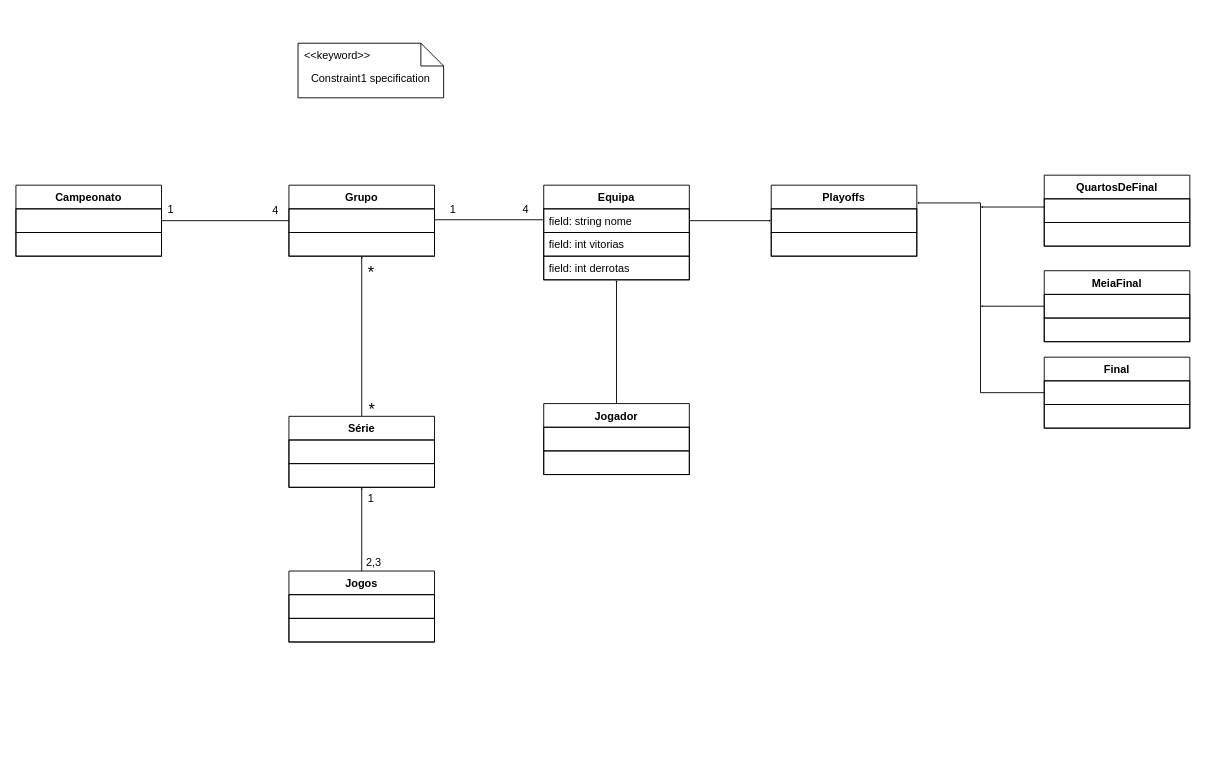
Earlier version of the draw.io diagram CampeonatoCS.drawio (esperaumbocado/Project_BD). Source tidied: cells renumbered, new cells numbered last; positions are measured from the earlier drawing's top-left corner, leaving out a move shared by most shapes. Both pictures are drawn from the tidied source at 91%, with x=0, y=0 at pixel (15, 43).
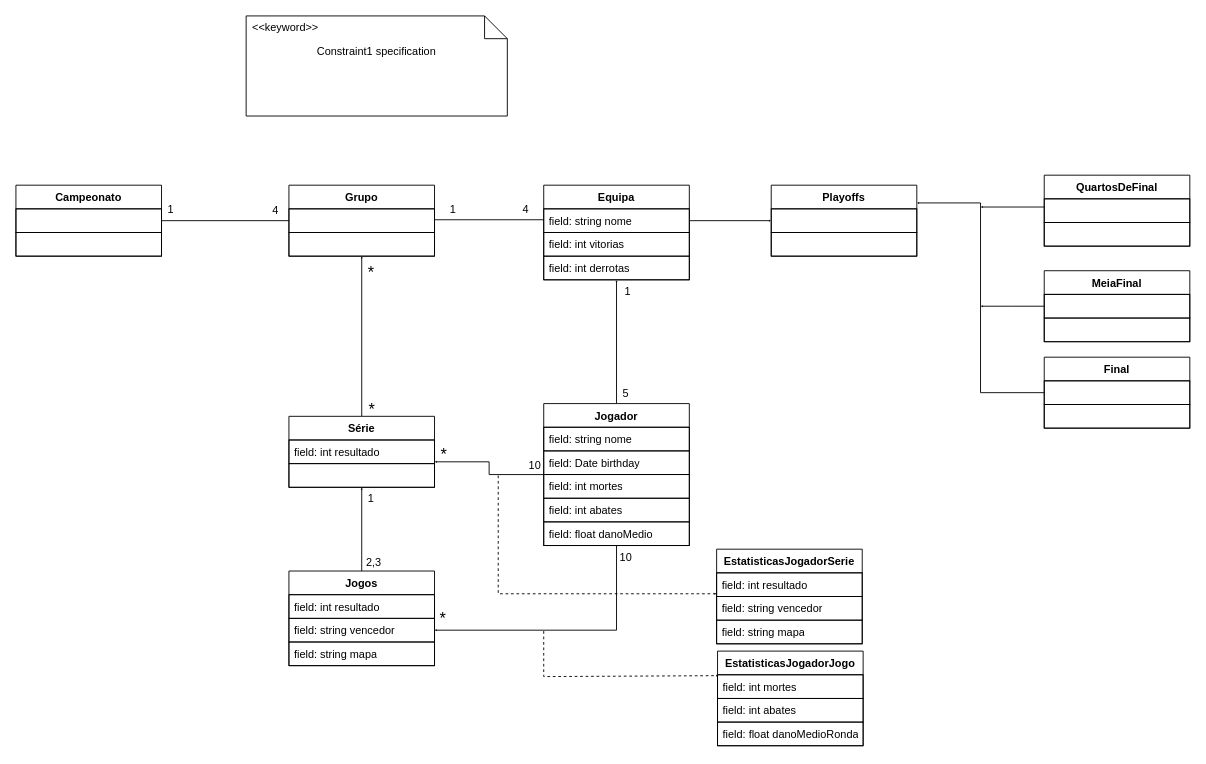
Above is the later version.

The change refers to these unchanged cells:
```xml
<mxCell id="21" value="Série" style="swimlane;fontStyle=1;align=center;verticalAlign=top;horizontal=1;startSize=26;whiteSpace=wrap;html=1;" parent="1" vertex="1">
  <mxGeometry x="300" y="410" width="160" height="78" as="geometry" />
</mxCell>
```

What changed in the source:
```diff
@@
     <mxCell id="2" value="Constraint1 specification" style="shape=note2;boundedLbl=1;whiteSpace=wrap;html=1;size=25;verticalAlign=top;align=center;" parent="1" vertex="1">
-      <mxGeometry x="310" width="160" height="60" as="geometry" />
+      <mxGeometry x="253" y="-30" width="287" height="110" as="geometry" />
     </mxCell>
     <mxCell id="3" value="&lt;&lt;keyword&gt;&gt;" style="strokeColor=none;fillColor=none;align=left;spacingLeft=5;" parent="2" vertex="1">
-      <mxGeometry width="160" height="25" relative="1" as="geometry" />
+      <mxGeometry width="287" height="25" relative="1" as="geometry" />
     </mxCell>
@@
-    <mxCell id="22" style="text;strokeColor=default;fillColor=none;align=left;verticalAlign=top;spacingLeft=4;spacingRight=4;overflow=hidden;points=[[0,0.5],[1,0.5]];portConstraint=eastwest;whiteSpace=wrap;html=1;" parent="21" vertex="1">
+    <mxCell id="22" value="field: int resultado" style="text;strokeColor=default;fillColor=none;align=left;verticalAlign=top;spacingLeft=4;spacingRight=4;overflow=hidden;points=[[0,0.5],[1,0.5]];portConstraint=eastwest;whiteSpace=wrap;html=1;" parent="21" vertex="1">
       <mxGeometry y="26" width="160" height="26" as="geometry" />
     </mxCell>
@@
     <mxCell id="27" value="&lt;div&gt;Jogos&lt;/div&gt;&lt;div&gt;&lt;br&gt;&lt;/div&gt;" style="swimlane;fontStyle=1;align=center;verticalAlign=top;horizontal=1;startSize=26;whiteSpace=wrap;html=1;" parent="1" vertex="1">
-      <mxGeometry x="300" y="580" width="160" height="78" as="geometry" />
+      <mxGeometry x="300" y="580" width="160" height="104" as="geometry" />
     </mxCell>
-    <mxCell id="28" style="text;strokeColor=default;fillColor=none;align=left;verticalAlign=top;spacingLeft=4;spacingRight=4;overflow=hidden;whiteSpace=wrap;html=1;" parent="27" vertex="1">
+    <mxCell id="28" value="field: int resultado" style="text;strokeColor=default;fillColor=none;align=left;verticalAlign=top;spacingLeft=4;spacingRight=4;overflow=hidden;whiteSpace=wrap;html=1;" parent="27" vertex="1">
       <mxGeometry y="26" width="160" height="26" as="geometry" />
     </mxCell>
-    <mxCell id="29" style="text;strokeColor=default;fillColor=none;align=left;verticalAlign=top;spacingLeft=4;spacingRight=4;overflow=hidden;points=[[0,0.5],[1,0.5]];portConstraint=eastwest;whiteSpace=wrap;html=1;" parent="27" vertex="1">
+    <mxCell id="29" value="field: string vencedor" style="text;strokeColor=default;fillColor=none;align=left;verticalAlign=top;spacingLeft=4;spacingRight=4;overflow=hidden;points=[[0,0.5],[1,0.5]];portConstraint=eastwest;whiteSpace=wrap;html=1;" parent="27" vertex="1">
       <mxGeometry y="52" width="160" height="26" as="geometry" />
     </mxCell>
+    <mxCell id="53" value="field: string mapa" style="text;strokeColor=default;fillColor=none;align=left;verticalAlign=top;spacingLeft=4;spacingRight=4;overflow=hidden;whiteSpace=wrap;html=1;" parent="27" vertex="1">
+      <mxGeometry y="78" width="160" height="26" as="geometry" />
+    </mxCell>
@@
+    <mxCell id="54" style="edgeStyle=orthogonalEdgeStyle;rounded=0;jettySize=auto;html=1;entryX=1;entryY=0.5;entryDx=0;entryDy=0;endSize=0;" parent="1" edge="1" source="34" target="29">
+      <mxGeometry relative="1" as="geometry" />
+    </mxCell>
     <mxCell id="34" value="Jogador" style="swimlane;fontStyle=1;align=center;verticalAlign=top;horizontal=1;startSize=26;whiteSpace=wrap;html=1;" parent="1" vertex="1">
-      <mxGeometry x="580" y="396" width="160" height="78" as="geometry" />
+      <mxGeometry x="580" y="396" width="160" height="156" as="geometry" />
     </mxCell>
-    <mxCell id="35" style="text;strokeColor=default;fillColor=none;align=left;verticalAlign=top;spacingLeft=4;spacingRight=4;overflow=hidden;whiteSpace=wrap;html=1;" parent="34" vertex="1">
+    <mxCell id="35" value="field: string nome" style="text;strokeColor=default;fillColor=none;align=left;verticalAlign=top;spacingLeft=4;spacingRight=4;overflow=hidden;whiteSpace=wrap;html=1;" parent="34" vertex="1">
       <mxGeometry y="26" width="160" height="26" as="geometry" />
     </mxCell>
-    <mxCell id="36" style="text;strokeColor=default;fillColor=none;align=left;verticalAlign=top;spacingLeft=4;spacingRight=4;overflow=hidden;whiteSpace=wrap;html=1;" parent="34" vertex="1">
+    <mxCell id="36" value="field: Date birthday" style="text;strokeColor=default;fillColor=none;align=left;verticalAlign=top;spacingLeft=4;spacingRight=4;overflow=hidden;whiteSpace=wrap;html=1;" parent="34" vertex="1">
       <mxGeometry y="52" width="160" height="26" as="geometry" />
     </mxCell>
+    <mxCell id="55" value="field: int mortes" style="text;strokeColor=default;fillColor=none;align=left;verticalAlign=top;spacingLeft=4;spacingRight=4;overflow=hidden;whiteSpace=wrap;html=1;" parent="34" vertex="1">
+      <mxGeometry y="78" width="160" height="26" as="geometry" />
+    </mxCell>
+    <mxCell id="56" value="field: int abates" style="text;strokeColor=default;fillColor=none;align=left;verticalAlign=top;spacingLeft=4;spacingRight=4;overflow=hidden;whiteSpace=wrap;html=1;" parent="34" vertex="1">
+      <mxGeometry y="104" width="160" height="26" as="geometry" />
+    </mxCell>
+    <mxCell id="57" value="field: float danoMedio" style="text;strokeColor=default;fillColor=none;align=left;verticalAlign=top;spacingLeft=4;spacingRight=4;overflow=hidden;whiteSpace=wrap;html=1;" parent="34" vertex="1">
+      <mxGeometry y="130" width="160" height="26" as="geometry" />
+    </mxCell>
@@
+    <mxCell id="58" value="1" style="text;html=1;align=center;verticalAlign=middle;strokeColor=none;fillColor=none;" parent="1" vertex="1">
+      <mxGeometry x="657" y="258" width="30" height="30" as="geometry" />
+    </mxCell>
+    <mxCell id="59" value="5" style="text;html=1;align=center;verticalAlign=middle;strokeColor=none;fillColor=none;" parent="1" vertex="1">
+      <mxGeometry x="655" y="370" width="30" height="30" as="geometry" />
+    </mxCell>
+    <mxCell id="60" style="edgeStyle=orthogonalEdgeStyle;rounded=0;jettySize=auto;html=1;entryX=1;entryY=0.923;entryDx=0;entryDy=0;entryPerimeter=0;strokeWidth=1;endSize=0;" parent="1" edge="1" source="34" target="22">
+      <mxGeometry relative="1" as="geometry" />
+    </mxCell>
+    <mxCell id="61" value="10" style="text;html=1;align=center;verticalAlign=middle;strokeColor=none;fillColor=none;" parent="1" vertex="1">
+      <mxGeometry x="550" y="449" width="40" height="30" as="geometry" />
+    </mxCell>
+    <mxCell id="62" value="&lt;font style=&quot;font-size: 18px;&quot;&gt;*&lt;/font&gt;" style="text;html=1;align=center;verticalAlign=middle;strokeColor=none;fillColor=none;" parent="1" vertex="1">
+      <mxGeometry x="455" y="433" width="30" height="40" as="geometry" />
+    </mxCell>
+    <mxCell id="63" value="10" style="text;html=1;align=center;verticalAlign=middle;strokeColor=none;fillColor=none;" parent="1" vertex="1">
+      <mxGeometry x="650" y="550" width="40" height="30" as="geometry" />
+    </mxCell>
+    <mxCell id="64" value="&lt;font style=&quot;font-size: 18px;&quot;&gt;*&lt;/font&gt;" style="text;html=1;align=center;verticalAlign=middle;strokeColor=none;fillColor=none;" parent="1" vertex="1">
+      <mxGeometry x="454" y="613" width="30" height="40" as="geometry" />
+    </mxCell>
+    <mxCell id="65" style="edgeStyle=segmentEdgeStyle;endArrow=classic;html=1;curved=0;rounded=0;endSize=0;startSize=8;sourcePerimeterSpacing=0;targetPerimeterSpacing=0;dashed=1;entryX=0.006;entryY=0.038;entryDx=0;entryDy=0;entryPerimeter=0;" parent="1" edge="1" target="67">
+      <mxGeometry relative="1" as="geometry">
+        <mxPoint x="580" y="646" as="sourcePoint" />
+        <Array as="points">
+          <mxPoint x="580" y="696" />
+        </Array>
+      </mxGeometry>
+    </mxCell>
+    <mxCell id="66" value="EstatisticasJogadorJogo" style="swimlane;fontStyle=1;align=center;verticalAlign=top;horizontal=1;startSize=26;whiteSpace=wrap;html=1;" parent="1" vertex="1">
+      <mxGeometry x="771" y="668" width="160" height="104" as="geometry" />
+    </mxCell>
+    <mxCell id="67" value="field: int mortes" style="text;strokeColor=default;fillColor=none;align=left;verticalAlign=top;spacingLeft=4;spacingRight=4;overflow=hidden;points=[[0,0.5],[1,0.5]];portConstraint=eastwest;whiteSpace=wrap;html=1;" parent="66" vertex="1">
+      <mxGeometry y="26" width="160" height="26" as="geometry" />
+    </mxCell>
+    <mxCell id="68" value="field: int abates" style="text;strokeColor=default;fillColor=none;align=left;verticalAlign=top;spacingLeft=4;spacingRight=4;overflow=hidden;whiteSpace=wrap;html=1;" parent="66" vertex="1">
+      <mxGeometry y="52" width="160" height="26" as="geometry" />
+    </mxCell>
+    <mxCell id="69" value="field: float danoMedioRonda" style="text;strokeColor=default;fillColor=none;align=left;verticalAlign=top;spacingLeft=4;spacingRight=4;overflow=hidden;whiteSpace=wrap;html=1;" parent="66" vertex="1">
+      <mxGeometry y="78" width="160" height="26" as="geometry" />
+    </mxCell>
+    <mxCell id="70" value="EstatisticasJogadorSerie" style="swimlane;fontStyle=1;align=center;verticalAlign=top;horizontal=1;startSize=26;whiteSpace=wrap;html=1;" parent="1" vertex="1">
+      <mxGeometry x="770" y="556" width="160" height="104" as="geometry" />
+    </mxCell>
+    <mxCell id="71" value="field: int resultado" style="text;strokeColor=default;fillColor=none;align=left;verticalAlign=top;spacingLeft=4;spacingRight=4;overflow=hidden;whiteSpace=wrap;html=1;" parent="70" vertex="1">
+      <mxGeometry y="26" width="160" height="26" as="geometry" />
+    </mxCell>
+    <mxCell id="72" value="field: string vencedor" style="text;strokeColor=default;fillColor=none;align=left;verticalAlign=top;spacingLeft=4;spacingRight=4;overflow=hidden;whiteSpace=wrap;html=1;" parent="70" vertex="1">
+      <mxGeometry y="52" width="160" height="26" as="geometry" />
+    </mxCell>
+    <mxCell id="73" value="field: string mapa" style="text;strokeColor=default;fillColor=none;align=left;verticalAlign=top;spacingLeft=4;spacingRight=4;overflow=hidden;whiteSpace=wrap;html=1;" parent="70" vertex="1">
+      <mxGeometry y="78" width="160" height="26" as="geometry" />
+    </mxCell>
+    <mxCell id="74" style="edgeStyle=segmentEdgeStyle;endArrow=classic;html=1;curved=0;rounded=0;endSize=0;startSize=8;sourcePerimeterSpacing=0;targetPerimeterSpacing=0;dashed=1;" parent="1" edge="1">
+      <mxGeometry relative="1" as="geometry">
+        <mxPoint x="530" y="475" as="sourcePoint" />
+        <mxPoint x="770" y="605" as="targetPoint" />
+        <Array as="points">
+          <mxPoint x="530" y="475" />
+          <mxPoint x="530" y="605" />
+          <mxPoint x="771" y="605" />
+        </Array>
+      </mxGeometry>
+    </mxCell>
```
